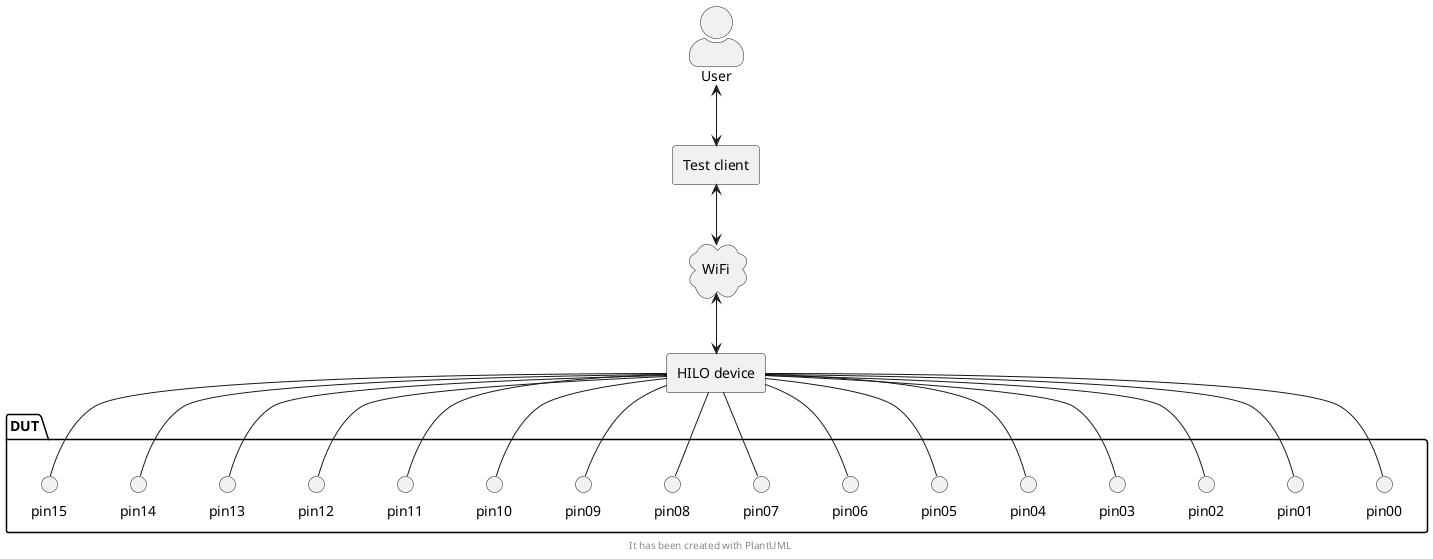
Before: images/overviewDiagram.png, a diagram exported from PlantUML (catinella/HILO).
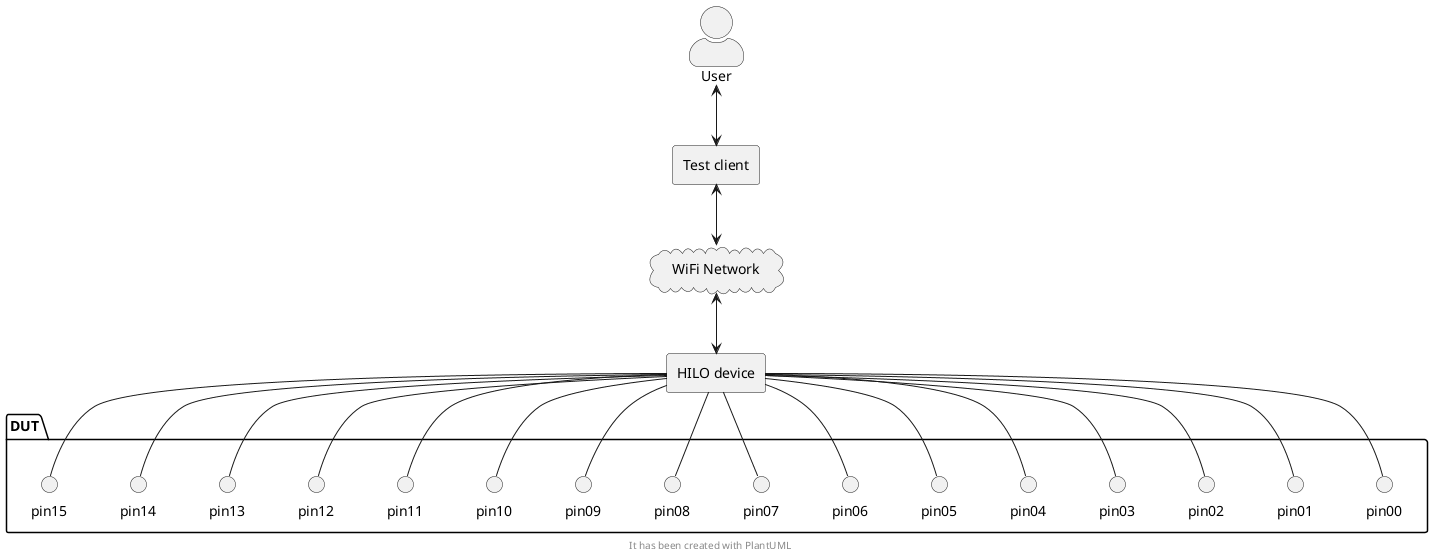
Later version of the same file.

Diff of the diagram source:
```diff
@@ -5,7 +5,9 @@
 
 footer "It has been created with PlantUML"
 
-cloud "WiFi" AS WLAN
+Actor " User " as USER
+
+cloud "  WiFi Network  " AS WLAN
 
 rectangle "Test client" as TCL
 
@@ -30,7 +32,7 @@
 	circle "pin15" as DP15
 }
 
-:User: <-down-> TCL
+USER <-down-> TCL
 TCL  <-down-> WLAN
 WLAN <-down-> HILO
 
```
